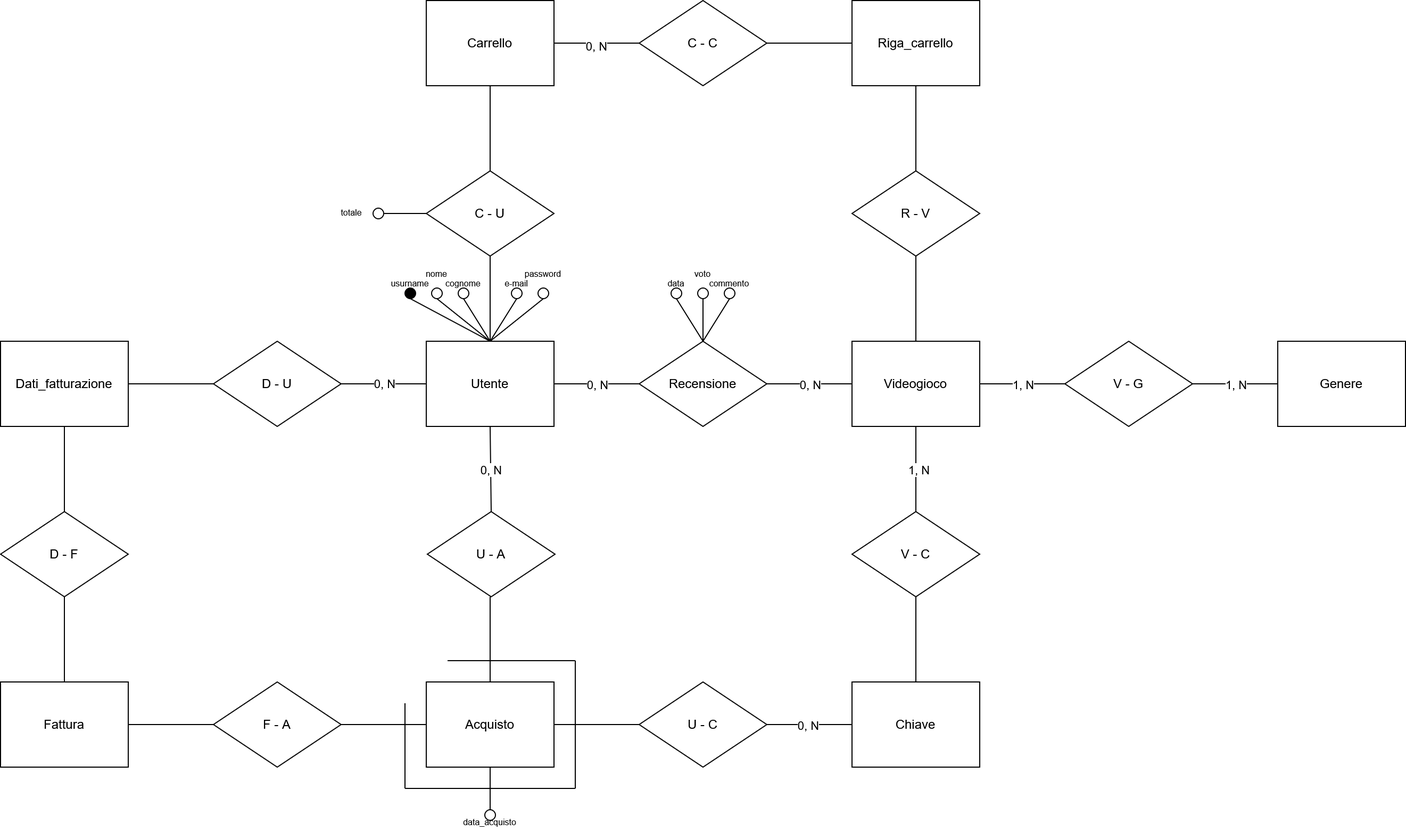
Before: Database/schema_e-r.drawio.png, a diagram exported from draw.io (Eklip5e/Progetto-TSW). Source tidied: cells renumbered, new cells last; positions are measured from the earlier drawing's top-left corner, leaving out a move shared by most shapes.
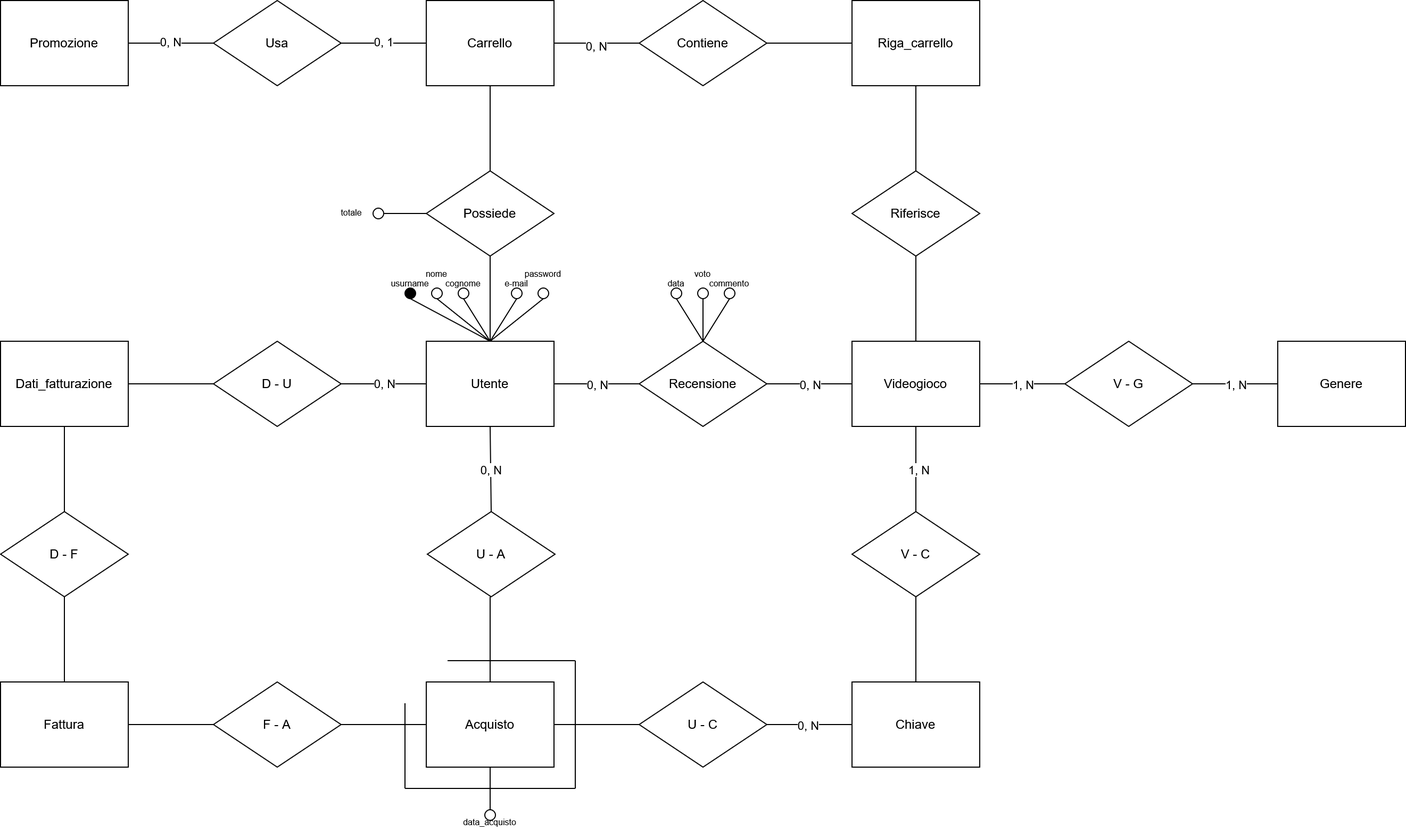
The same diagram one commit later.

The edit, as a diff of the source:
```diff
@@ -11,7 +11,7 @@
     <mxCell id="4" value="Carrello" style="whiteSpace=wrap;html=1;align=center;" parent="1" vertex="1">
       <mxGeometry x="400" width="120" height="80" as="geometry" />
     </mxCell>
-    <mxCell id="5" value="C - U" style="shape=rhombus;perimeter=rhombusPerimeter;whiteSpace=wrap;html=1;align=center;" parent="1" vertex="1">
+    <mxCell id="5" value="Possiede" style="shape=rhombus;perimeter=rhombusPerimeter;whiteSpace=wrap;html=1;align=center;" parent="1" vertex="1">
       <mxGeometry x="400" y="160" width="120" height="80" as="geometry" />
     </mxCell>
     <mxCell id="6" style="endArrow=none;html=1;rounded=0;entryX=0.5;entryY=1;entryDx=0;entryDy=0;exitX=0.5;exitY=0;exitDx=0;exitDy=0;" parent="1" edge="1" source="5" target="4">
@@ -23,7 +23,7 @@
     <mxCell id="8" value="Fattura" style="whiteSpace=wrap;html=1;align=center;" parent="1" vertex="1">
       <mxGeometry y="640" width="120" height="80" as="geometry" />
     </mxCell>
-    <mxCell id="9" value="C - C" style="shape=rhombus;perimeter=rhombusPerimeter;whiteSpace=wrap;html=1;align=center;" parent="1" vertex="1">
+    <mxCell id="9" value="Contiene" style="shape=rhombus;perimeter=rhombusPerimeter;whiteSpace=wrap;html=1;align=center;" parent="1" vertex="1">
       <mxGeometry x="600" width="120" height="80" as="geometry" />
     </mxCell>
     <mxCell id="10" style="endArrow=none;html=1;rounded=0;exitX=1;exitY=0.5;exitDx=0;exitDy=0;entryX=0;entryY=0.5;entryDx=0;entryDy=0;" parent="1" edge="1" source="4" target="9">
@@ -269,11 +269,33 @@
         <mxPoint x="860" y="160" as="sourcePoint" />
       </mxGeometry>
     </mxCell>
-    <mxCell id="85" value="R - V" style="shape=rhombus;perimeter=rhombusPerimeter;whiteSpace=wrap;html=1;align=center;" parent="1" vertex="1">
+    <mxCell id="85" value="Riferisce" style="shape=rhombus;perimeter=rhombusPerimeter;whiteSpace=wrap;html=1;align=center;" parent="1" vertex="1">
       <mxGeometry x="800" y="160" width="120" height="80" as="geometry" />
     </mxCell>
     <mxCell id="86" style="endArrow=none;html=1;rounded=0;entryX=0.5;entryY=1;entryDx=0;entryDy=0;exitX=0.5;exitY=0;exitDx=0;exitDy=0;" parent="1" edge="1" source="17" target="85">
       <mxGeometry relative="1" as="geometry" />
     </mxCell>
+    <mxCell id="87" value="Promozione" style="whiteSpace=wrap;html=1;align=center;" parent="1" vertex="1">
+      <mxGeometry width="120" height="80" as="geometry" />
+    </mxCell>
+    <mxCell id="88" value="Usa" style="shape=rhombus;perimeter=rhombusPerimeter;whiteSpace=wrap;html=1;align=center;" parent="1" vertex="1">
+      <mxGeometry x="200" width="120" height="80" as="geometry" />
+    </mxCell>
+    <mxCell id="89" style="endArrow=none;html=1;rounded=0;exitX=0;exitY=0.5;exitDx=0;exitDy=0;entryX=1;entryY=0.5;entryDx=0;entryDy=0;" parent="1" edge="1" source="4" target="88">
+      <mxGeometry relative="1" as="geometry" />
+    </mxCell>
+    <mxCell id="90" value="0, 1" style="edgeLabel;html=1;align=center;verticalAlign=middle;" parent="89" vertex="1">
+      <mxGeometry x="0.01" y="-2" relative="1" as="geometry">
+        <mxPoint x="-1" as="offset" />
+      </mxGeometry>
+    </mxCell>
+    <mxCell id="91" style="endArrow=none;html=1;rounded=0;exitX=0;exitY=0.5;exitDx=0;exitDy=0;entryX=1;entryY=0.5;entryDx=0;entryDy=0;" parent="1" edge="1" source="88" target="87">
+      <mxGeometry relative="1" as="geometry" />
+    </mxCell>
+    <mxCell id="92" value="0, N" style="edgeLabel;html=1;align=center;verticalAlign=middle;" parent="91" vertex="1">
+      <mxGeometry x="0.01" y="-2" relative="1" as="geometry">
+        <mxPoint x="-1" as="offset" />
+      </mxGeometry>
+    </mxCell>
   </root>
 </mxGraphModel>
```
